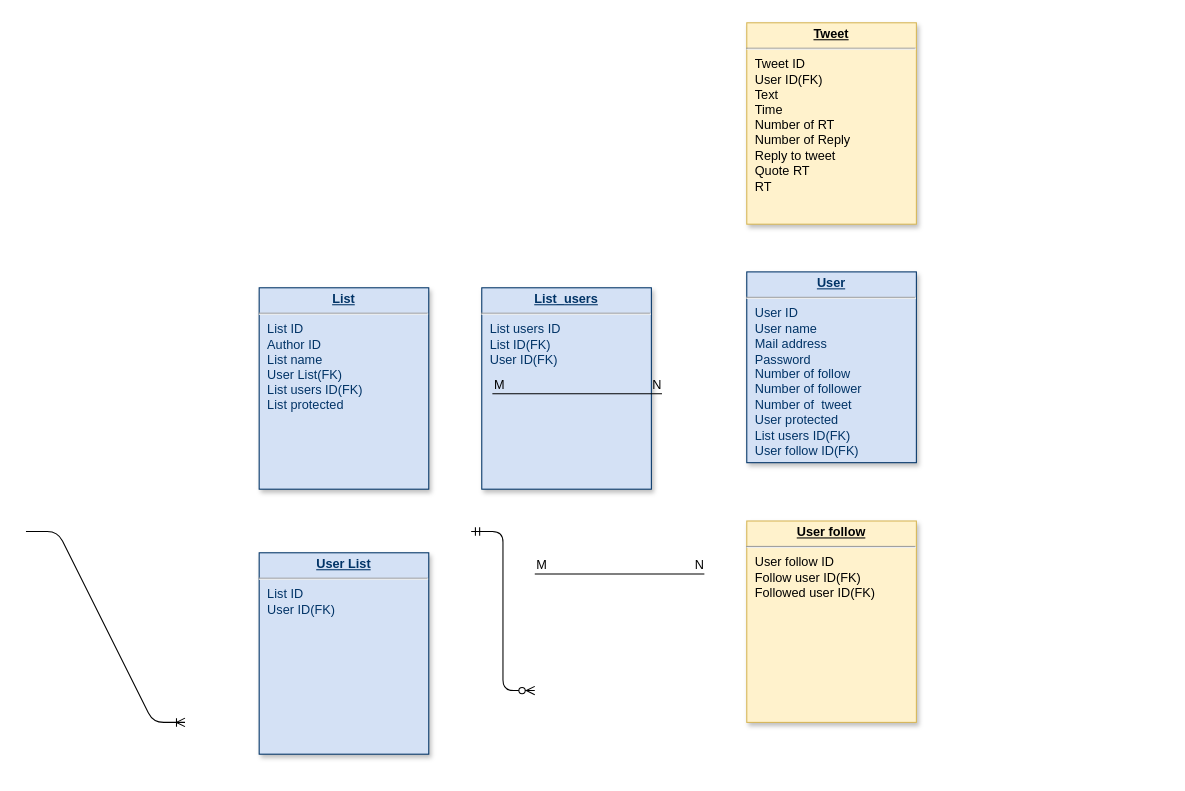
The draw.io diagram Untitled Diagram.drawio in fuwa-syugyo/hello-world, before the edit. Source tidied: cells renumbered, new cells numbered last; positions are measured from the earlier drawing's top-left corner, leaving out a move shared by most shapes. Both pictures are drawn from the tidied source at 106%, with x=0, y=0 at pixel (25, 22).
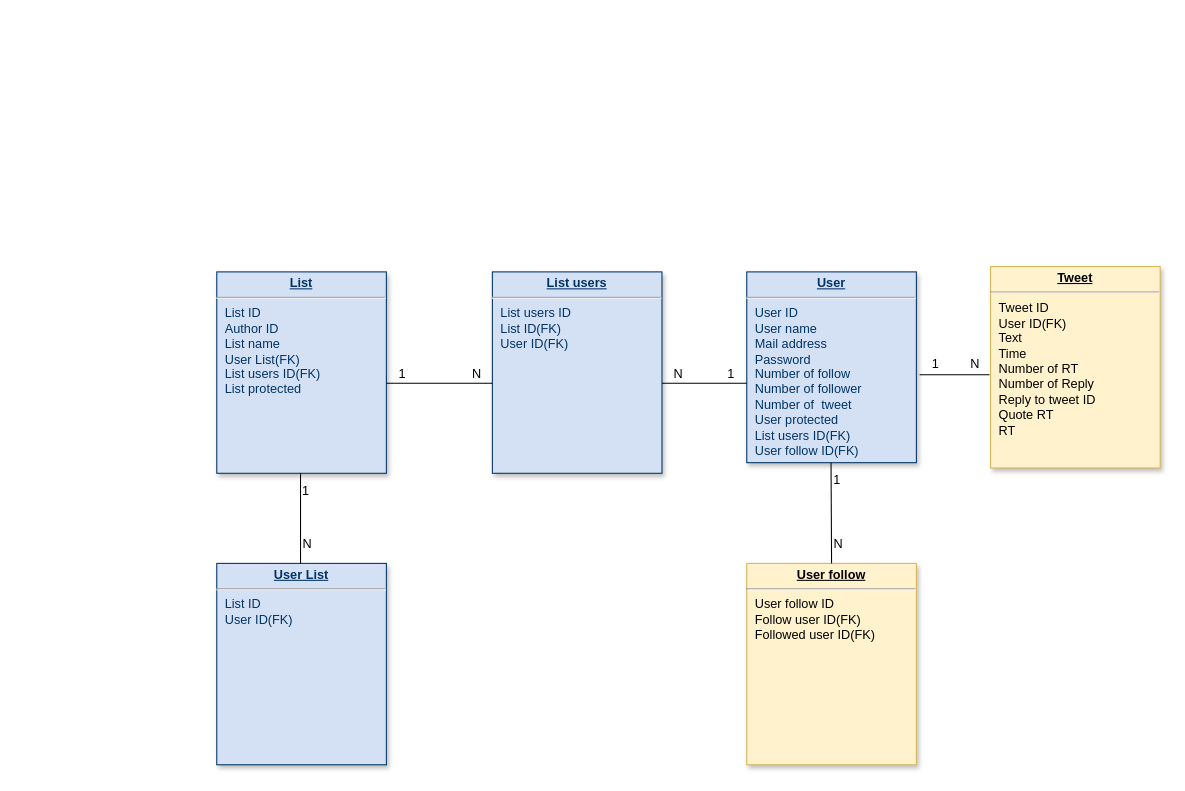
The same diagram, later.

Commit message:
Untitled Diagram.drawio を更新します

Unchanged cells that the change refers to:
```xml
<mxCell id="2" value="&lt;p style=&quot;margin: 0px ; margin-top: 4px ; text-align: center ; text-decoration: underline&quot;&gt;&lt;strong&gt;User&lt;/strong&gt;&lt;/p&gt;&lt;hr&gt;&lt;p style=&quot;margin: 0px ; margin-left: 8px&quot;&gt;User ID&lt;/p&gt;&lt;p style=&quot;margin: 0px ; margin-left: 8px&quot;&gt;User name&lt;/p&gt;&lt;p style=&quot;margin: 0px ; margin-left: 8px&quot;&gt;Mail address&lt;/p&gt;&lt;p style=&quot;margin: 0px ; margin-left: 8px&quot;&gt;Password&lt;/p&gt;&lt;p style=&quot;margin: 0px ; margin-left: 8px&quot;&gt;Number of follow&lt;/p&gt;&lt;p style=&quot;margin: 0px ; margin-left: 8px&quot;&gt;Number of follower&lt;/p&gt;&lt;p style=&quot;margin: 0px ; margin-left: 8px&quot;&gt;Number of&amp;nbsp; tweet&lt;/p&gt;&lt;p style=&quot;margin: 0px ; margin-left: 8px&quot;&gt;User protected&lt;/p&gt;&lt;p style=&quot;margin: 0px ; margin-left: 8px&quot;&gt;List users ID(FK)&lt;br&gt;&lt;/p&gt;&lt;p style=&quot;margin: 0px ; margin-left: 8px&quot;&gt;User follow ID(FK)&lt;/p&gt;&lt;p style=&quot;margin: 0px ; margin-left: 8px&quot;&gt;&lt;br&gt;&lt;/p&gt;" style="verticalAlign=top;align=left;overflow=fill;fontSize=12;fontFamily=Helvetica;html=1;strokeColor=#003366;shadow=1;fillColor=#D4E1F5;fontColor=#003366;" parent="1" vertex="1">
  <mxGeometry x="680" y="235" width="160" height="180" as="geometry" />
</mxCell>
```

Diff of the diagram source:
```diff
@@
-    <mxCell id="3" value="&lt;p style=&quot;margin: 0px ; margin-top: 4px ; text-align: center ; text-decoration: underline&quot;&gt;&lt;strong&gt;Tweet&lt;/strong&gt;&lt;/p&gt;&lt;hr&gt;&lt;p style=&quot;margin: 0px ; margin-left: 8px&quot;&gt;Tweet ID&lt;/p&gt;&lt;p style=&quot;margin: 0px ; margin-left: 8px&quot;&gt;User ID(FK)&lt;/p&gt;&lt;p style=&quot;margin: 0px ; margin-left: 8px&quot;&gt;Text&lt;/p&gt;&lt;p style=&quot;margin: 0px ; margin-left: 8px&quot;&gt;Time&lt;/p&gt;&lt;p style=&quot;margin: 0px ; margin-left: 8px&quot;&gt;Number of RT&lt;/p&gt;&lt;p style=&quot;margin: 0px ; margin-left: 8px&quot;&gt;Number of Reply&lt;/p&gt;&lt;p style=&quot;margin: 0px ; margin-left: 8px&quot;&gt;Reply to tweet&lt;/p&gt;&lt;p style=&quot;margin: 0px ; margin-left: 8px&quot;&gt;Quote RT&lt;/p&gt;&lt;p style=&quot;margin: 0px ; margin-left: 8px&quot;&gt;RT&lt;/p&gt;" style="verticalAlign=top;align=left;overflow=fill;fontSize=12;fontFamily=Helvetica;html=1;strokeColor=#d6b656;shadow=1;fillColor=#fff2cc;" parent="1" vertex="1">
-      <mxGeometry x="680" width="160" height="190" as="geometry" />
+    <mxCell id="3" value="&lt;p style=&quot;margin: 0px ; margin-top: 4px ; text-align: center ; text-decoration: underline&quot;&gt;&lt;strong&gt;Tweet&lt;/strong&gt;&lt;/p&gt;&lt;hr&gt;&lt;p style=&quot;margin: 0px ; margin-left: 8px&quot;&gt;Tweet ID&lt;/p&gt;&lt;p style=&quot;margin: 0px ; margin-left: 8px&quot;&gt;User ID(FK)&lt;/p&gt;&lt;p style=&quot;margin: 0px ; margin-left: 8px&quot;&gt;Text&lt;/p&gt;&lt;p style=&quot;margin: 0px ; margin-left: 8px&quot;&gt;Time&lt;/p&gt;&lt;p style=&quot;margin: 0px ; margin-left: 8px&quot;&gt;Number of RT&lt;/p&gt;&lt;p style=&quot;margin: 0px ; margin-left: 8px&quot;&gt;Number of Reply&lt;/p&gt;&lt;p style=&quot;margin: 0px ; margin-left: 8px&quot;&gt;Reply to tweet ID&lt;/p&gt;&lt;p style=&quot;margin: 0px ; margin-left: 8px&quot;&gt;Quote RT&lt;/p&gt;&lt;p style=&quot;margin: 0px ; margin-left: 8px&quot;&gt;RT&lt;/p&gt;" style="verticalAlign=top;align=left;overflow=fill;fontSize=12;fontFamily=Helvetica;html=1;strokeColor=#d6b656;shadow=1;fillColor=#fff2cc;" parent="1" vertex="1">
+      <mxGeometry x="910" y="230" width="160" height="190" as="geometry" />
     </mxCell>
-    <mxCell id="4" value="&lt;p style=&quot;margin: 0px ; margin-top: 4px ; text-align: center ; text-decoration: underline&quot;&gt;&lt;b&gt;List_users&lt;/b&gt;&lt;/p&gt;&lt;hr&gt;&lt;p style=&quot;margin: 0px ; margin-left: 8px&quot;&gt;List users ID&lt;/p&gt;&lt;p style=&quot;margin: 0px ; margin-left: 8px&quot;&gt;List ID(FK)&lt;/p&gt;&lt;p style=&quot;margin: 0px ; margin-left: 8px&quot;&gt;User ID(FK)&lt;/p&gt;" style="verticalAlign=top;align=left;overflow=fill;fontSize=12;fontFamily=Helvetica;html=1;strokeColor=#003366;shadow=1;fillColor=#D4E1F5;fontColor=#003366;" parent="1" vertex="1">
-      <mxGeometry x="430" y="250" width="160" height="190" as="geometry" />
+    <mxCell id="4" value="&lt;p style=&quot;margin: 0px ; margin-top: 4px ; text-align: center ; text-decoration: underline&quot;&gt;&lt;b&gt;List users&lt;/b&gt;&lt;/p&gt;&lt;hr&gt;&lt;p style=&quot;margin: 0px ; margin-left: 8px&quot;&gt;List users ID&lt;/p&gt;&lt;p style=&quot;margin: 0px ; margin-left: 8px&quot;&gt;List ID(FK)&lt;/p&gt;&lt;p style=&quot;margin: 0px ; margin-left: 8px&quot;&gt;User ID(FK)&lt;/p&gt;" style="verticalAlign=top;align=left;overflow=fill;fontSize=12;fontFamily=Helvetica;html=1;strokeColor=#003366;shadow=1;fillColor=#D4E1F5;fontColor=#003366;" parent="1" vertex="1">
+      <mxGeometry x="440" y="235" width="160" height="190" as="geometry" />
     </mxCell>
     <mxCell id="5" value="&lt;p style=&quot;margin: 0px ; margin-top: 4px ; text-align: center ; text-decoration: underline&quot;&gt;&lt;b&gt;User follow&lt;/b&gt;&lt;/p&gt;&lt;hr&gt;&lt;p style=&quot;margin: 0px ; margin-left: 8px&quot;&gt;User follow ID&lt;/p&gt;&lt;p style=&quot;margin: 0px ; margin-left: 8px&quot;&gt;Follow user ID(FK)&lt;/p&gt;&lt;p style=&quot;margin: 0px ; margin-left: 8px&quot;&gt;Followed user ID(FK)&lt;/p&gt;" style="verticalAlign=top;align=left;overflow=fill;fontSize=12;fontFamily=Helvetica;html=1;strokeColor=#d6b656;shadow=1;fillColor=#fff2cc;" parent="1" vertex="1">
-      <mxGeometry x="680" y="470" width="160" height="190" as="geometry" />
+      <mxGeometry x="680" y="510" width="160" height="190" as="geometry" />
     </mxCell>
     <mxCell id="6" value="&lt;p style=&quot;margin: 0px ; margin-top: 4px ; text-align: center ; text-decoration: underline&quot;&gt;&lt;b&gt;User List&lt;/b&gt;&lt;/p&gt;&lt;hr&gt;&lt;p style=&quot;margin: 0px ; margin-left: 8px&quot;&gt;List ID&lt;/p&gt;&lt;p style=&quot;margin: 0px ; margin-left: 8px&quot;&gt;User ID(FK)&lt;/p&gt;" style="verticalAlign=top;align=left;overflow=fill;fontSize=12;fontFamily=Helvetica;html=1;strokeColor=#003366;shadow=1;fillColor=#D4E1F5;fontColor=#003366;" parent="1" vertex="1">
-      <mxGeometry x="220" y="500" width="160" height="190" as="geometry" />
+      <mxGeometry x="180" y="510" width="160" height="190" as="geometry" />
     </mxCell>
     <mxCell id="7" value="&lt;p style=&quot;margin: 0px ; margin-top: 4px ; text-align: center ; text-decoration: underline&quot;&gt;&lt;b&gt;List&lt;/b&gt;&lt;/p&gt;&lt;hr&gt;&lt;p style=&quot;margin: 0px ; margin-left: 8px&quot;&gt;List ID&lt;/p&gt;&lt;p style=&quot;margin: 0px ; margin-left: 8px&quot;&gt;Author ID&lt;/p&gt;&lt;p style=&quot;margin: 0px ; margin-left: 8px&quot;&gt;List name&lt;/p&gt;&lt;p style=&quot;margin: 0px ; margin-left: 8px&quot;&gt;User List(FK)&lt;/p&gt;&lt;p style=&quot;margin: 0px ; margin-left: 8px&quot;&gt;List users ID(FK)&lt;/p&gt;&lt;p style=&quot;margin: 0px ; margin-left: 8px&quot;&gt;List protected&lt;/p&gt;" style="verticalAlign=top;align=left;overflow=fill;fontSize=12;fontFamily=Helvetica;html=1;strokeColor=#003366;shadow=1;fillColor=#D4E1F5;fontColor=#003366;" parent="1" vertex="1">
-      <mxGeometry x="220" y="250" width="160" height="190" as="geometry" />
+      <mxGeometry x="180" y="235" width="160" height="190" as="geometry" />
     </mxCell>
-    <mxCell id="8" style="edgeStyle=entityRelationEdgeStyle;fontSize=12;html=1;endArrow=ERoneToMany;" parent="1" edge="1">
-      <mxGeometry relative="1" as="geometry">
-        <mxPoint y="480" as="sourcePoint" />
-        <mxPoint x="150" y="660" as="targetPoint" />
-      </mxGeometry>
-    </mxCell>
-    <mxCell id="9" style="edgeStyle=entityRelationEdgeStyle;fontSize=12;html=1;endArrow=ERzeroToMany;startArrow=ERmandOne;" parent="1" edge="1">
-      <mxGeometry relative="1" as="geometry">
-        <mxPoint x="420" y="480" as="sourcePoint" />
-        <mxPoint x="480" y="630" as="targetPoint" />
-      </mxGeometry>
-    </mxCell>
-    <mxCell id="10" style="endArrow=none;html=1;rounded=0;" parent="1" edge="1">
-      <mxGeometry relative="1" as="geometry">
-        <mxPoint x="440" y="350" as="sourcePoint" />
-        <mxPoint x="600" y="350" as="targetPoint" />
-      </mxGeometry>
-    </mxCell>
-    <mxCell id="11" value="M" style="html=1;align=left;verticalAlign=bottom;" parent="10" vertex="1">
-      <mxGeometry x="-1" relative="1" as="geometry" />
-    </mxCell>
-    <mxCell id="12" value="N" style="html=1;align=right;verticalAlign=bottom;" parent="10" vertex="1">
-      <mxGeometry x="1" relative="1" as="geometry" />
-    </mxCell>
     <mxCell id="13" style="endArrow=none;html=1;rounded=0;" parent="1" edge="1">
       <mxGeometry relative="1" as="geometry">
-        <mxPoint x="480" y="520" as="sourcePoint" />
-        <mxPoint x="640" y="520" as="targetPoint" />
+        <mxPoint x="680" y="340" as="sourcePoint" />
+        <mxPoint x="600" y="340" as="targetPoint" />
       </mxGeometry>
     </mxCell>
-    <mxCell id="14" value="M" style="html=1;align=left;verticalAlign=bottom;" parent="13" vertex="1">
-      <mxGeometry x="-1" relative="1" as="geometry" />
+    <mxCell id="14" value="1" style="html=1;align=left;verticalAlign=bottom;" parent="13" vertex="1">
+      <mxGeometry x="-1" relative="1" as="geometry">
+        <mxPoint x="-20" as="offset" />
+      </mxGeometry>
     </mxCell>
     <mxCell id="15" value="N" style="html=1;align=right;verticalAlign=bottom;" parent="13" vertex="1">
-      <mxGeometry x="1" relative="1" as="geometry" />
+      <mxGeometry x="1" relative="1" as="geometry">
+        <mxPoint x="20" as="offset" />
+      </mxGeometry>
     </mxCell>
+    <mxCell id="16" style="endArrow=none;html=1;rounded=0;" parent="1" edge="1">
+      <mxGeometry relative="1" as="geometry">
+        <mxPoint x="340" y="340" as="sourcePoint" />
+        <mxPoint x="440" y="340" as="targetPoint" />
+      </mxGeometry>
+    </mxCell>
+    <mxCell id="17" value="1" style="html=1;align=left;verticalAlign=bottom;" parent="16" vertex="1">
+      <mxGeometry x="-1" relative="1" as="geometry">
+        <mxPoint x="10" as="offset" />
+      </mxGeometry>
+    </mxCell>
+    <mxCell id="18" value="N" style="html=1;align=right;verticalAlign=bottom;" parent="16" vertex="1">
+      <mxGeometry x="1" relative="1" as="geometry">
+        <mxPoint x="-10" as="offset" />
+      </mxGeometry>
+    </mxCell>
+    <mxCell id="19" style="endArrow=none;html=1;rounded=0;exitX=0.5;exitY=1;exitDx=0;exitDy=0;" parent="1" edge="1">
+      <mxGeometry relative="1" as="geometry">
+        <mxPoint x="259" y="425" as="sourcePoint" />
+        <mxPoint x="259" y="510" as="targetPoint" />
+      </mxGeometry>
+    </mxCell>
+    <mxCell id="20" value="1" style="html=1;align=left;verticalAlign=bottom;" parent="19" vertex="1">
+      <mxGeometry x="-1" relative="1" as="geometry">
+        <mxPoint y="25" as="offset" />
+      </mxGeometry>
+    </mxCell>
+    <mxCell id="21" value="N" style="html=1;align=right;verticalAlign=bottom;" parent="19" vertex="1">
+      <mxGeometry x="1" relative="1" as="geometry">
+        <mxPoint x="11" y="-10" as="offset" />
+      </mxGeometry>
+    </mxCell>
+    <mxCell id="22" style="endArrow=none;html=1;rounded=0;exitX=1.019;exitY=0.539;exitDx=0;exitDy=0;entryX=-0.006;entryY=0.537;entryDx=0;entryDy=0;exitPerimeter=0;entryPerimeter=0;" parent="1" edge="1" source="2" target="3">
+      <mxGeometry relative="1" as="geometry" />
+    </mxCell>
+    <mxCell id="23" value="1" style="html=1;align=left;verticalAlign=bottom;" parent="22" vertex="1">
+      <mxGeometry x="-1" relative="1" as="geometry">
+        <mxPoint x="10" y="-2" as="offset" />
+      </mxGeometry>
+    </mxCell>
+    <mxCell id="24" value="N" style="html=1;align=right;verticalAlign=bottom;" parent="22" vertex="1">
+      <mxGeometry x="1" relative="1" as="geometry">
+        <mxPoint x="-9" y="-2" as="offset" />
+      </mxGeometry>
+    </mxCell>
+    <mxCell id="25" style="endArrow=none;html=1;rounded=0;exitX=0.5;exitY=1;exitDx=0;exitDy=0;entryX=0.5;entryY=0;entryDx=0;entryDy=0;" parent="1" edge="1" target="5">
+      <mxGeometry relative="1" as="geometry">
+        <mxPoint x="759.5" y="415" as="sourcePoint" />
+      </mxGeometry>
+    </mxCell>
+    <mxCell id="26" value="1" style="html=1;align=left;verticalAlign=bottom;" parent="25" vertex="1">
+      <mxGeometry x="-1" relative="1" as="geometry">
+        <mxPoint y="25" as="offset" />
+      </mxGeometry>
+    </mxCell>
+    <mxCell id="27" value="N" style="html=1;align=right;verticalAlign=bottom;" parent="25" vertex="1">
+      <mxGeometry x="1" relative="1" as="geometry">
+        <mxPoint x="11" y="-10" as="offset" />
+      </mxGeometry>
+    </mxCell>
```
